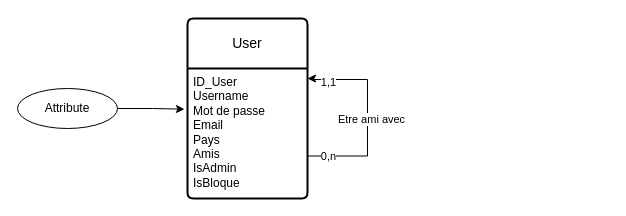
Before: MCD.drawio in Marty059/CDAW, a draw.io diagram. Source tidied: cells renumbered, new cells numbered last; positions are measured from the earlier drawing's top-left corner, leaving out a move shared by most shapes. Both pictures are drawn from the tidied source at 100%, with x=0, y=0 at pixel (17, 18).
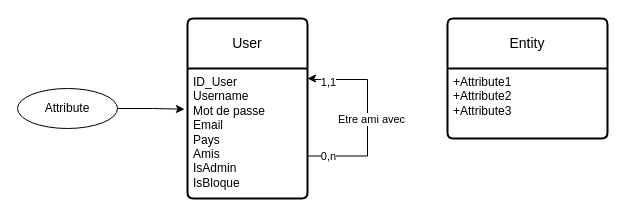
After the change.

Commit message (it also covers changes not shown here):
Mettre à jour MCD.drawio

What changed in the source:
```diff
@@
 <mxGraphModel>
   <root>
     <mxCell id="0" />
     <mxCell id="1" parent="0" />
     <mxCell id="2" value="User" style="swimlane;horizontal=1;startSize=50;rounded=1;fontSize=14;fontStyle=0;strokeWidth=2;shadow=0;dashed=0;align=center;arcSize=4;whiteSpace=wrap;html=1;" parent="1" vertex="1">
       <mxGeometry x="170" width="120" height="180" as="geometry" />
     </mxCell>
     <mxCell id="3" value="ID_User&lt;br&gt;Username&lt;br&gt;Mot de passe&lt;br&gt;Email&lt;br&gt;Pays&lt;br&gt;Amis&lt;br&gt;IsAdmin&lt;br&gt;IsBloque" style="align=left;strokeColor=none;fillColor=none;spacingLeft=4;fontSize=12;verticalAlign=top;html=1;" parent="2" vertex="1">
       <mxGeometry y="50" width="120" height="130" as="geometry" />
     </mxCell>
     <mxCell id="4" value="Attribute" style="ellipse;whiteSpace=wrap;html=1;align=center;" parent="1" vertex="1">
       <mxGeometry y="70" width="100" height="40" as="geometry" />
     </mxCell>
     <mxCell id="5" style="edgeStyle=orthogonalEdgeStyle;rounded=0;jettySize=auto;html=1;entryX=-0.025;entryY=0.313;entryDx=0;entryDy=0;entryPerimeter=0;" parent="1" edge="1" source="4" target="3">
       <mxGeometry relative="1" as="geometry" />
     </mxCell>
     <mxCell id="6" style="edgeStyle=orthogonalEdgeStyle;rounded=0;orthogonalLoop=1;jettySize=auto;html=1;exitX=1;exitY=0.75;exitDx=0;exitDy=0;" parent="1" edge="1">
       <mxGeometry relative="1" as="geometry">
         <mxPoint x="290" y="137.5" as="sourcePoint" />
         <mxPoint x="290" y="60" as="targetPoint" />
         <Array as="points">
           <mxPoint x="350" y="138" />
           <mxPoint x="350" y="61" />
           <mxPoint x="294" y="61" />
         </Array>
       </mxGeometry>
     </mxCell>
     <mxCell id="7" value="Etre ami avec" style="edgeLabel;html=1;align=center;verticalAlign=middle;" parent="6" vertex="1">
       <mxGeometry x="-0.02" y="-3" relative="1" as="geometry" />
     </mxCell>
     <mxCell id="8" value="0,n" style="edgeLabel;html=1;align=center;verticalAlign=middle;" parent="6" vertex="1">
       <mxGeometry x="-0.96" relative="1" as="geometry">
         <mxPoint x="16" as="offset" />
       </mxGeometry>
     </mxCell>
     <mxCell id="9" value="1,1" style="edgeLabel;html=1;align=center;verticalAlign=middle;" parent="6" vertex="1">
       <mxGeometry x="0.99" y="3" relative="1" as="geometry">
         <mxPoint x="20" as="offset" />
       </mxGeometry>
     </mxCell>
+    <mxCell id="10" value="Entity" style="swimlane;horizontal=1;startSize=50;rounded=1;fontSize=14;fontStyle=0;strokeWidth=2;shadow=0;dashed=0;align=center;arcSize=4;whiteSpace=wrap;html=1;" parent="1" vertex="1">
+      <mxGeometry x="430" width="160" height="120" as="geometry" />
+    </mxCell>
+    <mxCell id="11" value="+Attribute1&#10;+Attribute2&#10;+Attribute3" style="align=left;strokeColor=none;fillColor=none;spacingLeft=4;fontSize=12;verticalAlign=top;html=1;" parent="10" vertex="1">
+      <mxGeometry y="50" width="160" height="70" as="geometry" />
+    </mxCell>
   </root>
 </mxGraphModel>
```
